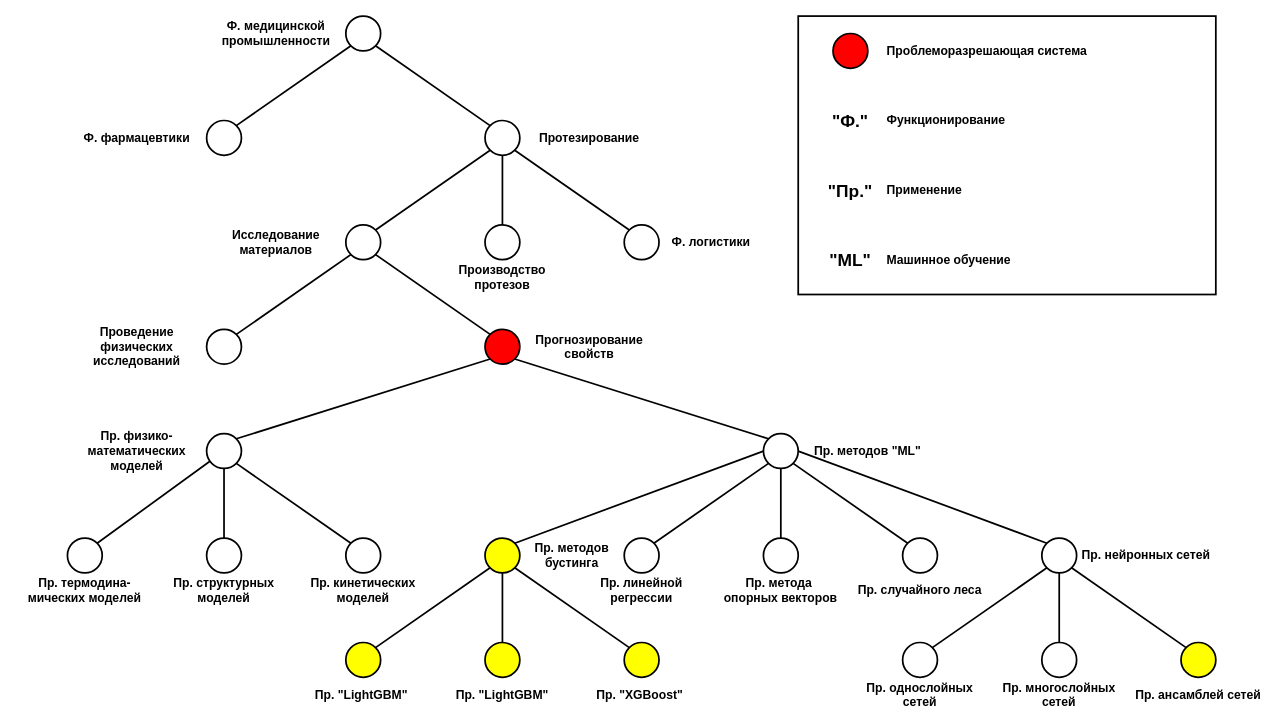
This is page "6: 2 (Предлагаемая структура)" (7 of 7) of СА, практические работы/СА, п.р., отчеты/Системный анализ, п.р., схемы.drawio from Cyber-Limon/Systems_analysis___UUST, a draw.io file, before an edit. Source tidied: cells renumbered, new cells numbered last; positions are measured from the earlier drawing's top-left corner, leaving out a move shared by most shapes. Both pictures are drawn from the tidied source at 87%, with x=0, y=0 at pixel (15, 16).
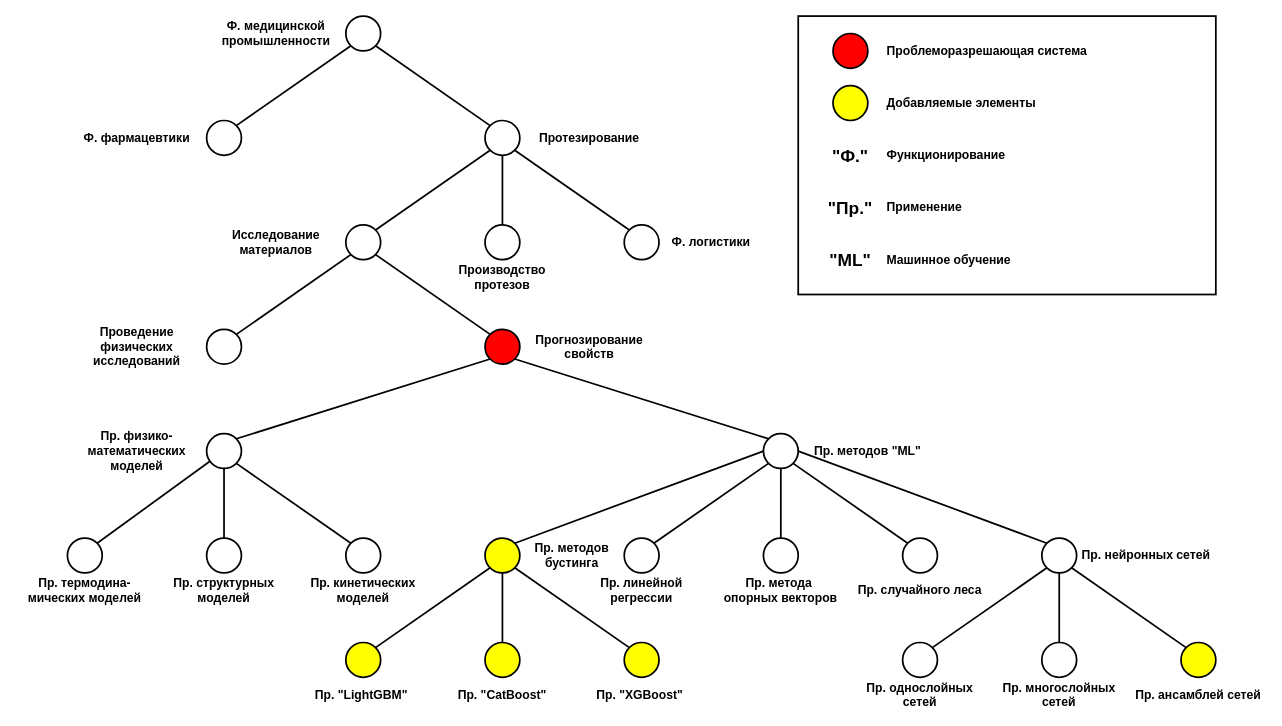
Above is the later version.

Diff of the diagram source:
```diff
@@
     <mxCell id="46" value="&quot;Ф.&quot;" style="text;html=1;whiteSpace=wrap;strokeColor=none;fillColor=none;align=center;verticalAlign=middle;rounded=0;fontSize=20;fontStyle=1;labelBackgroundColor=none;" parent="1" vertex="1">
-      <mxGeometry x="940" y="100" width="40" height="40" as="geometry" />
+      <mxGeometry x="940" y="140" width="40" height="40" as="geometry" />
     </mxCell>
     <mxCell id="47" value="&quot;Пр.&quot;" style="text;html=1;whiteSpace=wrap;strokeColor=none;fillColor=none;align=center;verticalAlign=middle;rounded=0;fontSize=20;fontStyle=1;labelBackgroundColor=none;" parent="1" vertex="1">
-      <mxGeometry x="940" y="180" width="40" height="40" as="geometry" />
+      <mxGeometry x="940" y="200" width="40" height="40" as="geometry" />
     </mxCell>
     <mxCell id="48" value="Функционирование" style="text;html=1;whiteSpace=wrap;strokeColor=none;fillColor=none;align=left;verticalAlign=middle;rounded=0;fontSize=14;fontStyle=1;labelBackgroundColor=none;" parent="1" vertex="1">
-      <mxGeometry x="1000" y="100" width="340" height="40" as="geometry" />
+      <mxGeometry x="1000" y="140" width="340" height="40" as="geometry" />
     </mxCell>
     <mxCell id="49" value="Применение" style="text;html=1;whiteSpace=wrap;strokeColor=none;fillColor=none;align=left;verticalAlign=middle;rounded=0;fontSize=14;fontStyle=1;labelBackgroundColor=none;" parent="1" vertex="1">
-      <mxGeometry x="1000" y="180" width="340" height="40" as="geometry" />
+      <mxGeometry x="1000" y="200" width="340" height="40" as="geometry" />
     </mxCell>
@@
-    <mxCell id="78" value="Пр. &quot;LightGBM&quot;" style="text;html=1;whiteSpace=wrap;strokeColor=none;fillColor=none;align=center;verticalAlign=middle;rounded=0;fontSize=14;fontStyle=1;labelBackgroundColor=none;fontFamily=Helvetica;" parent="1" vertex="1">
+    <mxCell id="78" value="Пр. &quot;CatBoost&quot;" style="text;html=1;whiteSpace=wrap;strokeColor=none;fillColor=none;align=center;verticalAlign=middle;rounded=0;fontSize=14;fontStyle=1;labelBackgroundColor=none;fontFamily=Helvetica;" parent="1" vertex="1">
       <mxGeometry x="480" y="760" width="160" height="40" as="geometry" />
     </mxCell>
@@
+    <mxCell id="82" style="ellipse;whiteSpace=wrap;html=1;strokeWidth=2;labelBackgroundColor=none;rounded=0;fillColor=#FFFF00;" parent="1" vertex="1">
+      <mxGeometry x="940" y="80" width="40" height="40" as="geometry" />
+    </mxCell>
+    <mxCell id="83" value="Добавляемые элементы" style="text;html=1;whiteSpace=wrap;strokeColor=none;fillColor=none;align=left;verticalAlign=middle;rounded=0;fontSize=14;fontStyle=1;labelBackgroundColor=none;" parent="1" vertex="1">
+      <mxGeometry x="1000" y="80" width="340" height="40" as="geometry" />
+    </mxCell>
```
